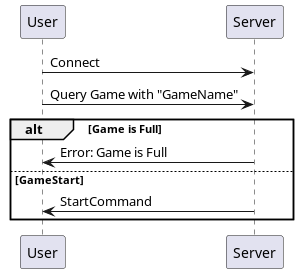
Before: resources/ConnectionSetup.png, a diagram exported from PlantUML (Beloin/PPDOneLeftGame-RMI). Its diagram source:
```plantuml
@startuml


User -> Server : Connect
User -> Server : Query Game with "GameName"

alt Game is Full
    User <- Server : Error: Game is Full
else GameStart
    Server -> User : StartCommand
end

@enduml
```
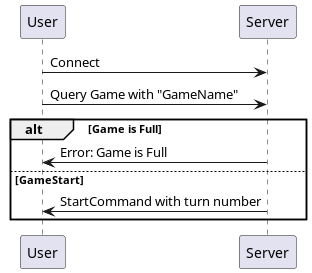
After the change.

Change to the diagram source:
```diff
@@ -1,4 +1,4 @@
-@startuml
+@startuml ConnectionSetup
 
 
 User -> Server : Connect
@@ -7,7 +7,7 @@
 alt Game is Full
     User <- Server : Error: Game is Full
 else GameStart
-    Server -> User : StartCommand
+    Server -> User : StartCommand with turn number
 end
 
 @enduml
```
